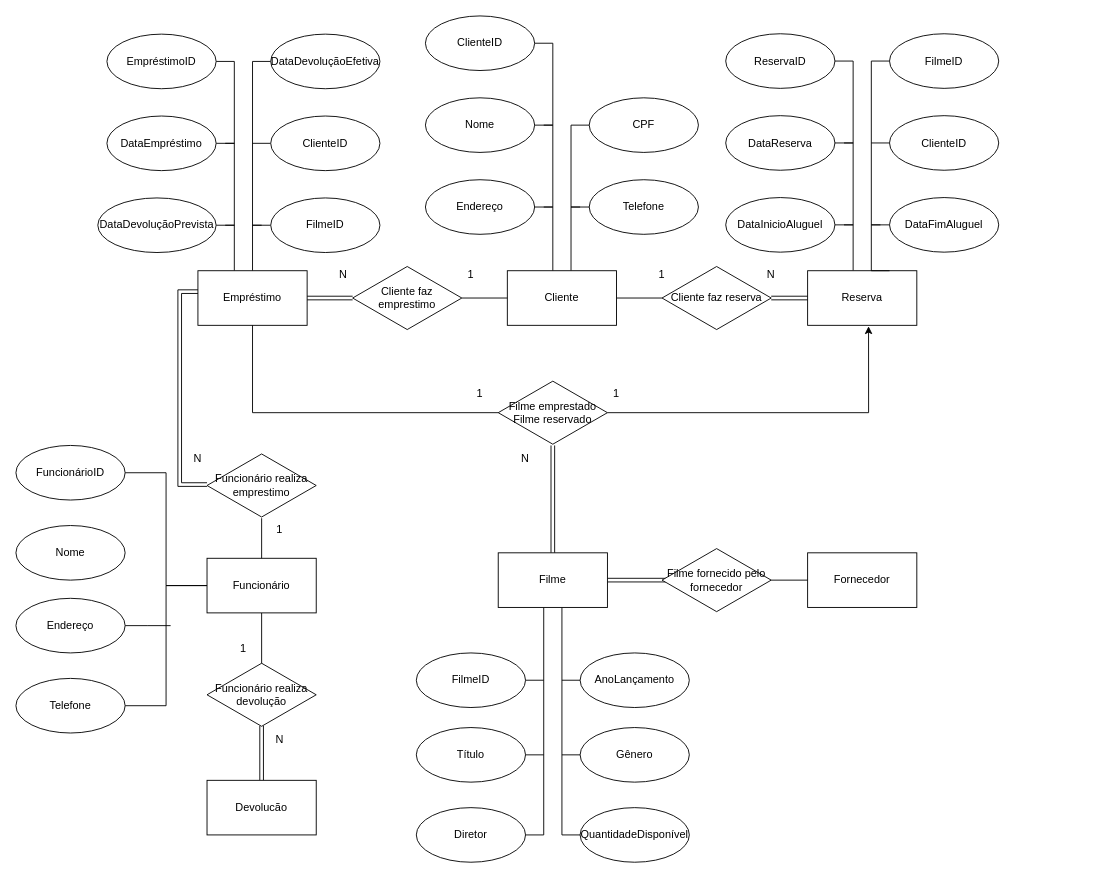
This is lista2_Q2.drawio from queleandrade/Lista1_banco_de_dados, a draw.io file, before an edit. Source tidied: cells renumbered, new cells numbered last; positions are measured from the earlier drawing's top-left corner, leaving out a move shared by most shapes. Both pictures are drawn from the tidied source at 91%, with x=0, y=0 at pixel (15, 15).
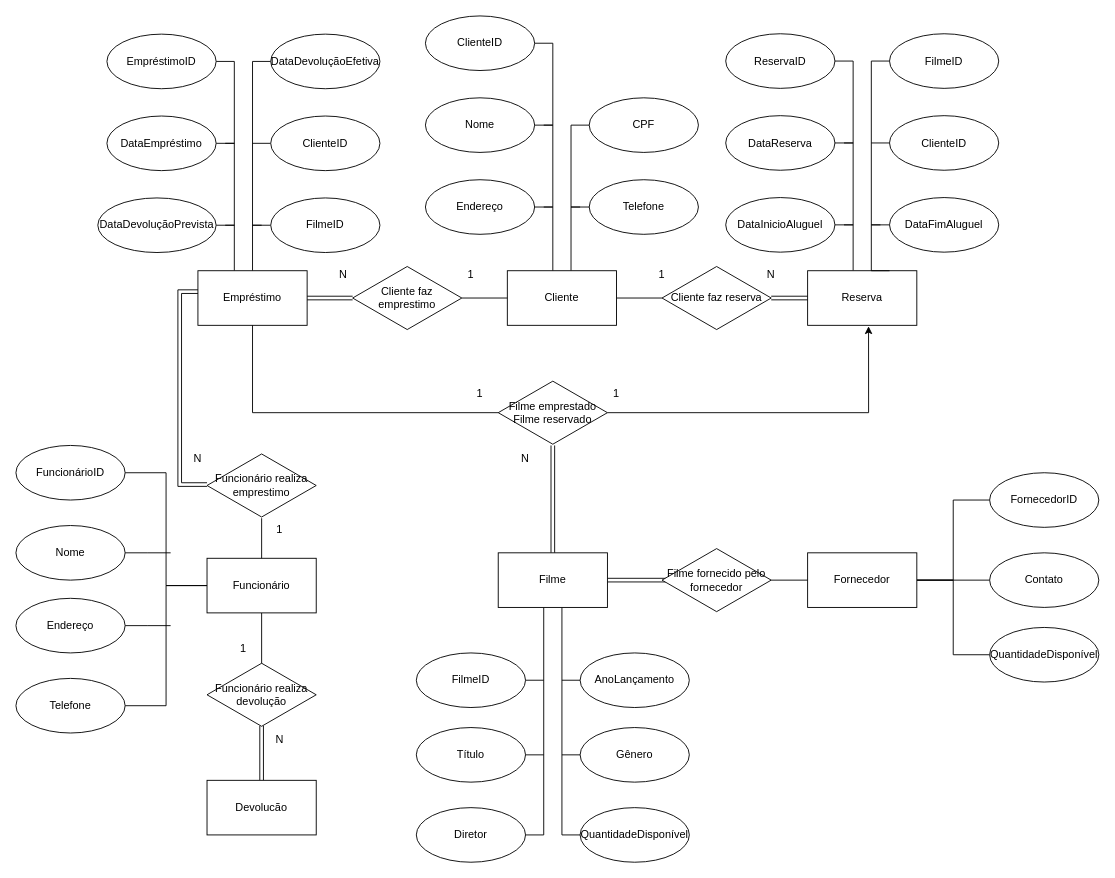
The same diagram, later.

The change refers to these unchanged cells:
```xml
<mxCell id="15" value="Fornecedor" style="rounded=0;whiteSpace=wrap;html=1;" parent="1" vertex="1">
  <mxGeometry x="870" y="590" width="120" height="60" as="geometry" />
</mxCell>
<mxCell id="87" value="Nome" style="ellipse;whiteSpace=wrap;html=1;" parent="1" vertex="1">
  <mxGeometry y="560" width="120" height="60" as="geometry" />
</mxCell>
<mxCell id="89" value="Endereço" style="ellipse;whiteSpace=wrap;html=1;" parent="1" vertex="1">
  <mxGeometry y="640" width="120" height="60" as="geometry" />
</mxCell>
```

The edit, as a diff of the source:
```diff
@@
+    <mxCell id="92" style="edgeStyle=orthogonalEdgeStyle;rounded=0;jettySize=auto;html=1;entryX=0;entryY=0.5;entryDx=0;entryDy=0;endArrow=none;endFill=0;" parent="1" edge="1" source="15" target="97">
+      <mxGeometry relative="1" as="geometry" />
+    </mxCell>
+    <mxCell id="93" style="edgeStyle=orthogonalEdgeStyle;rounded=0;jettySize=auto;html=1;entryX=0;entryY=0.5;entryDx=0;entryDy=0;endArrow=none;endFill=0;" parent="1" edge="1" source="15" target="99">
+      <mxGeometry relative="1" as="geometry" />
+    </mxCell>
+    <mxCell id="94" style="edgeStyle=orthogonalEdgeStyle;rounded=0;jettySize=auto;html=1;endArrow=none;endFill=0;" parent="1" edge="1" source="15" target="98">
+      <mxGeometry relative="1" as="geometry" />
+    </mxCell>
@@
+    <mxCell id="95" style="edgeStyle=orthogonalEdgeStyle;rounded=0;jettySize=auto;html=1;endArrow=none;endFill=0;" parent="1" edge="1" source="87">
+      <mxGeometry relative="1" as="geometry">
+        <mxPoint x="170" y="590" as="targetPoint" />
+      </mxGeometry>
+    </mxCell>
@@
-    <mxCell id="88" style="edgeStyle=orthogonalEdgeStyle;rounded=0;jettySize=auto;html=1;endArrow=none;endFill=0;" parent="1" edge="1" source="89">
-      <mxGeometry relative="1" as="geometry">
-        <mxPoint x="170" y="670" as="targetPoint" />
-      </mxGeometry>
-    </mxCell>
+    <mxCell id="96" style="edgeStyle=orthogonalEdgeStyle;rounded=0;jettySize=auto;html=1;endArrow=none;endFill=0;" parent="1" edge="1" source="89">
+      <mxGeometry relative="1" as="geometry">
+        <mxPoint x="170" y="670" as="targetPoint" />
+      </mxGeometry>
+    </mxCell>
@@
+    <mxCell id="97" value="FornecedorID" style="ellipse;whiteSpace=wrap;html=1;" parent="1" vertex="1">
+      <mxGeometry x="1070" y="502" width="120" height="60" as="geometry" />
+    </mxCell>
+    <mxCell id="98" value="Contato" style="ellipse;whiteSpace=wrap;html=1;" parent="1" vertex="1">
+      <mxGeometry x="1070" y="590" width="120" height="60" as="geometry" />
+    </mxCell>
+    <mxCell id="99" value="QuantidadeDisponível" style="ellipse;whiteSpace=wrap;html=1;" parent="1" vertex="1">
+      <mxGeometry x="1070" y="672" width="120" height="60" as="geometry" />
+    </mxCell>
```
